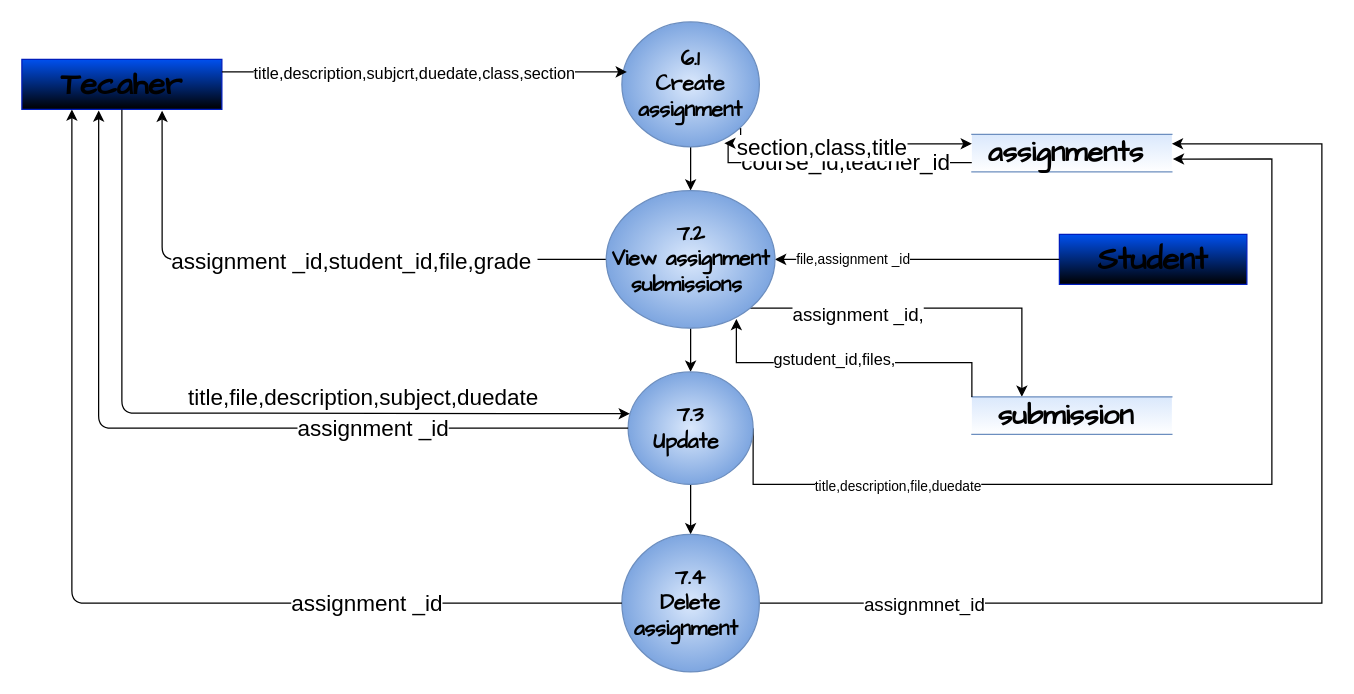
Above: page "2ndlevel(assignmmnetmodule)" (5 of 6) of Dfd(SMS)/Dfd.drawio in tandelmaitri11/School-Management-System (draw.io), before the change. Source tidied: cells renumbered, new cells numbered last; positions are measured from the earlier drawing's top-left corner, leaving out a move shared by most shapes. Both pictures are drawn from the tidied source at 125%, with x=0, y=0 at pixel (21, 21).
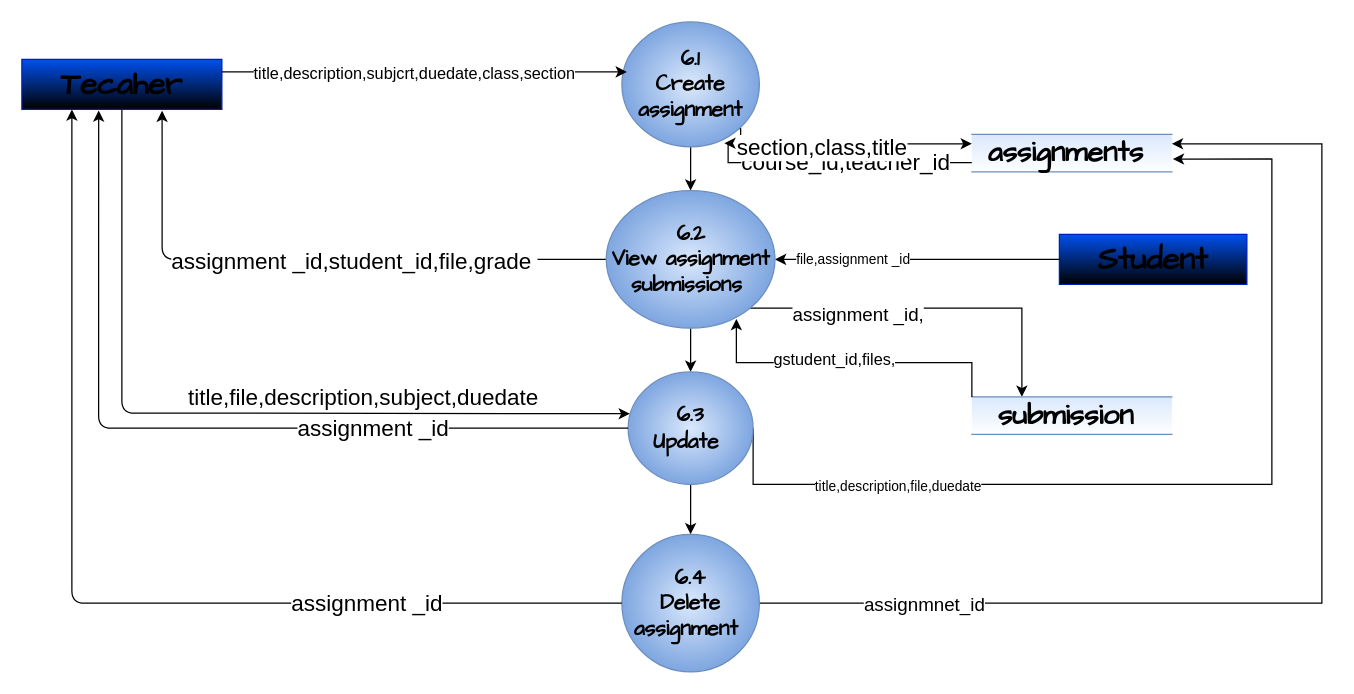
The same page after the edit.

Diff of the diagram source:
```diff
@@
-    <mxCell id="21" value="7.2&lt;div&gt;View assignment submissions&amp;nbsp;&lt;/div&gt;" style="ellipse;whiteSpace=wrap;html=1;fillColor=#dae8fc;strokeColor=#6c8ebf;gradientDirection=radial;fontStyle=1;fontFamily=Comic Sans MS;fontSize=17;gradientColor=#7ea6e0;fontColor=#000000;" parent="1" vertex="1">
+    <mxCell id="21" value="6.2&lt;div&gt;View assignment submissions&amp;nbsp;&lt;/div&gt;" style="ellipse;whiteSpace=wrap;html=1;fillColor=#dae8fc;strokeColor=#6c8ebf;gradientDirection=radial;fontStyle=1;fontFamily=Comic Sans MS;fontSize=17;gradientColor=#7ea6e0;fontColor=#000000;" parent="1" vertex="1">
       <mxGeometry x="467.5" y="135" width="135" height="110" as="geometry" />
     </mxCell>
@@
-    <mxCell id="25" value="&lt;font color=&quot;#000000&quot;&gt;7.3&lt;/font&gt;&lt;div&gt;&lt;span style=&quot;color: rgb(0, 0, 0); background-color: transparent;&quot;&gt;Update&amp;nbsp;&lt;/span&gt;&lt;/div&gt;" style="ellipse;whiteSpace=wrap;html=1;fillColor=#dae8fc;strokeColor=#6c8ebf;gradientDirection=radial;fontStyle=1;fontFamily=Comic Sans MS;fontSize=17;gradientColor=#7ea6e0;fontColor=#000000;" parent="1" vertex="1">
+    <mxCell id="25" value="&lt;font color=&quot;#000000&quot;&gt;6.3&lt;/font&gt;&lt;div&gt;&lt;span style=&quot;color: rgb(0, 0, 0); background-color: transparent;&quot;&gt;Update&amp;nbsp;&lt;/span&gt;&lt;/div&gt;" style="ellipse;whiteSpace=wrap;html=1;fillColor=#dae8fc;strokeColor=#6c8ebf;gradientDirection=radial;fontStyle=1;fontFamily=Comic Sans MS;fontSize=17;gradientColor=#7ea6e0;fontColor=#000000;" parent="1" vertex="1">
       <mxGeometry x="485" y="280" width="100" height="90" as="geometry" />
     </mxCell>
@@
-    <mxCell id="28" value="&lt;font style=&quot;color: rgb(0, 0, 0);&quot;&gt;7.4&lt;/font&gt;&lt;div&gt;&lt;span style=&quot;color: rgb(0, 0, 0); background-color: transparent;&quot;&gt;Delete assignment&amp;nbsp;&lt;/span&gt;&lt;/div&gt;" style="ellipse;whiteSpace=wrap;html=1;fillColor=#dae8fc;strokeColor=#6c8ebf;gradientDirection=radial;fontStyle=1;fontFamily=Comic Sans MS;fontSize=17;gradientColor=#7ea6e0;fontColor=#000000;" parent="1" vertex="1">
+    <mxCell id="28" value="&lt;font style=&quot;color: rgb(0, 0, 0);&quot;&gt;6.4&lt;/font&gt;&lt;div&gt;&lt;span style=&quot;color: rgb(0, 0, 0); background-color: transparent;&quot;&gt;Delete assignment&amp;nbsp;&lt;/span&gt;&lt;/div&gt;" style="ellipse;whiteSpace=wrap;html=1;fillColor=#dae8fc;strokeColor=#6c8ebf;gradientDirection=radial;fontStyle=1;fontFamily=Comic Sans MS;fontSize=17;gradientColor=#7ea6e0;fontColor=#000000;" parent="1" vertex="1">
       <mxGeometry x="480" y="410" width="110" height="110" as="geometry" />
     </mxCell>
```
